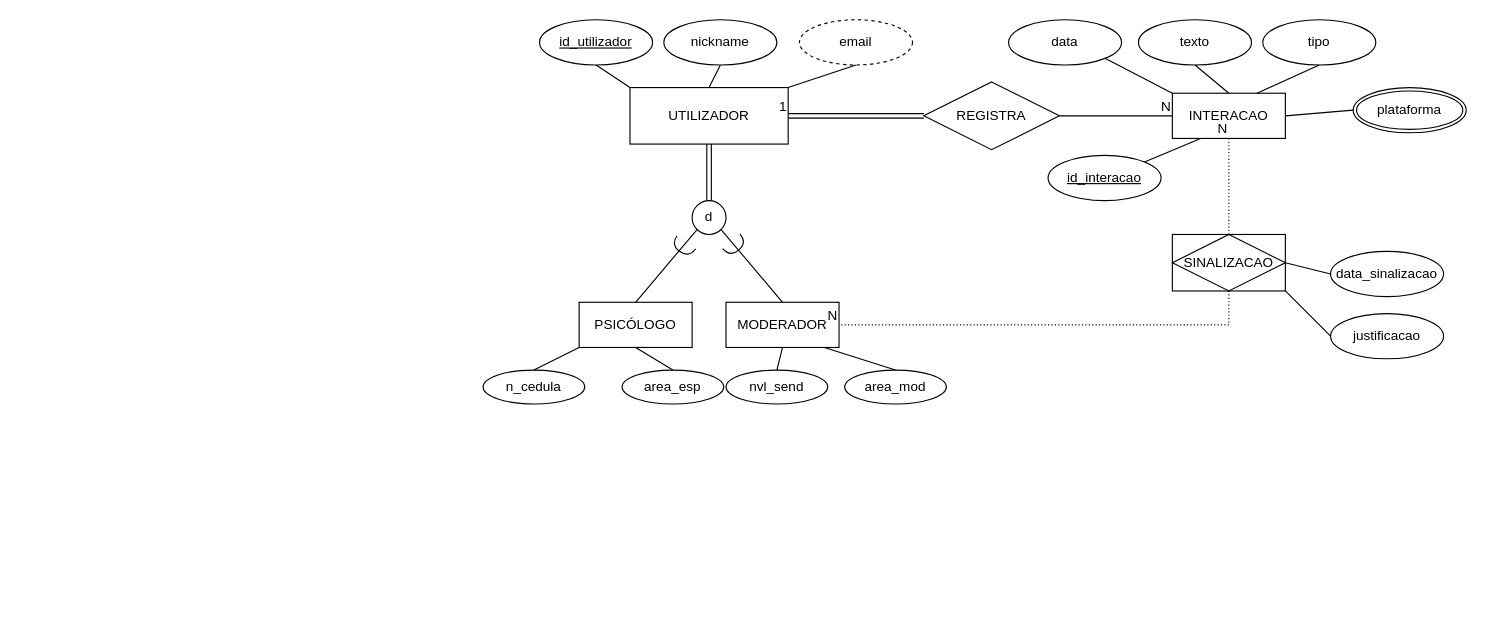
Above: Projeto1.drawio in yorky47/ISI-project1-LEIC33 (draw.io), before the change. Source tidied: cells renumbered, new cells numbered last; positions are measured from the earlier drawing's top-left corner, leaving out a move shared by most shapes. Both pictures are drawn from the tidied source at 113%, with x=0, y=0 at pixel (483, 19).
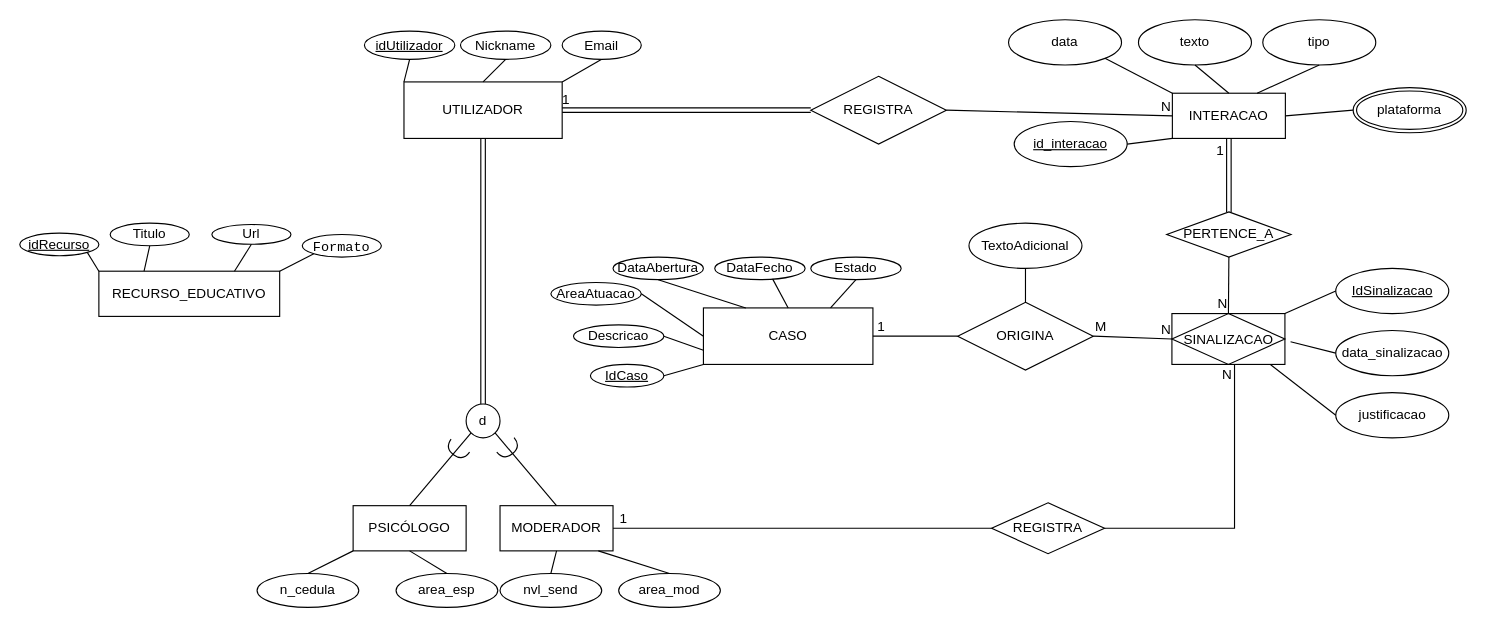
Above is the later version.

Commit message:
Adicionei o CASO e SINALIZAÇÃO

Unchanged cells that the change refers to:
```xml
<mxCell id="26" style="shape=link;html=1;rounded=0;entryX=1;entryY=0.5;entryDx=0;entryDy=0;exitX=0;exitY=0.5;exitDx=0;exitDy=0;" parent="1" edge="1" source="25" target="2">
  <mxGeometry relative="1" as="geometry" />
</mxCell>
<mxCell id="28" value="INTERACAO" style="whiteSpace=wrap;html=1;align=center;" parent="1" vertex="1">
  <mxGeometry x="610" y="65" width="100" height="40" as="geometry" />
</mxCell>
```

Diff of the diagram source:
```diff
@@
     <mxCell id="2" value="UTILIZADOR" style="whiteSpace=wrap;html=1;align=center;" parent="1" vertex="1">
-      <mxGeometry x="130" y="60" width="140" height="50" as="geometry" />
+      <mxGeometry x="-70" y="55" width="140" height="50" as="geometry" />
     </mxCell>
-    <mxCell id="3" value="id_utilizador" style="ellipse;whiteSpace=wrap;html=1;align=center;fontStyle=4;" parent="1" vertex="1">
-      <mxGeometry x="50" width="100" height="40" as="geometry" />
+    <mxCell id="3" value="idUtilizador" style="ellipse;whiteSpace=wrap;html=1;align=center;fontStyle=4;" parent="1" vertex="1">
+      <mxGeometry x="-105" y="10" width="80" height="25" as="geometry" />
     </mxCell>
-    <mxCell id="4" value="nickname" style="ellipse;whiteSpace=wrap;html=1;align=center;" parent="1" vertex="1">
-      <mxGeometry x="160" width="100" height="40" as="geometry" />
+    <mxCell id="4" value="Nickname" style="ellipse;whiteSpace=wrap;html=1;align=center;" parent="1" vertex="1">
+      <mxGeometry x="-20" y="10" width="80" height="25" as="geometry" />
     </mxCell>
-    <mxCell id="5" value="email" style="ellipse;whiteSpace=wrap;html=1;align=center;dashed=1;" parent="1" vertex="1">
-      <mxGeometry x="280" width="100" height="40" as="geometry" />
-    </mxCell>
@@
-    <mxCell id="8" style="endArrow=none;html=1;rounded=0;exitX=1;exitY=0;exitDx=0;exitDy=0;entryX=0.5;entryY=1;entryDx=0;entryDy=0;" parent="1" edge="1" source="2" target="5">
+    <mxCell id="8" style="endArrow=none;html=1;rounded=0;exitX=1;exitY=0;exitDx=0;exitDy=0;entryX=0.5;entryY=1;entryDx=0;entryDy=0;" parent="1" edge="1" source="2" target="92">
       <mxGeometry relative="1" as="geometry" />
     </mxCell>
     <mxCell id="9" value="d" style="ellipse;whiteSpace=wrap;html=1;align=center;" parent="1" vertex="1">
-      <mxGeometry x="185" y="160" width="30" height="30" as="geometry" />
+      <mxGeometry x="-15" y="340" width="30" height="30" as="geometry" />
     </mxCell>
@@
     <mxCell id="11" value="PSICÓLOGO" style="whiteSpace=wrap;html=1;align=center;" parent="1" vertex="1">
-      <mxGeometry x="85" y="250" width="100" height="40" as="geometry" />
+      <mxGeometry x="-115" y="430" width="100" height="40" as="geometry" />
     </mxCell>
     <mxCell id="12" value="MODERADOR" style="whiteSpace=wrap;html=1;align=center;" parent="1" vertex="1">
-      <mxGeometry x="215" y="250" width="100" height="40" as="geometry" />
+      <mxGeometry x="15" y="430" width="100" height="40" as="geometry" />
     </mxCell>
@@
     <mxCell id="15" style="shape=requiredInterface;html=1;verticalLabelPosition=bottom;sketch=0;direction=south;rotation=-40;" parent="1" vertex="1">
-      <mxGeometry x="213" y="195" width="20" height="10" as="geometry" />
+      <mxGeometry x="13" y="375" width="20" height="10" as="geometry" />
     </mxCell>
     <mxCell id="16" style="shape=requiredInterface;html=1;verticalLabelPosition=bottom;sketch=0;direction=south;rotation=35;" parent="1" vertex="1">
-      <mxGeometry x="167" y="196" width="20" height="10" as="geometry" />
+      <mxGeometry x="-33" y="376" width="20" height="10" as="geometry" />
     </mxCell>
     <mxCell id="17" value="n_cedula" style="ellipse;whiteSpace=wrap;html=1;align=center;" parent="1" vertex="1">
-      <mxGeometry y="310" width="90" height="30" as="geometry" />
+      <mxGeometry x="-200" y="490" width="90" height="30" as="geometry" />
     </mxCell>
@@
     <mxCell id="19" value="area_esp" style="ellipse;whiteSpace=wrap;html=1;align=center;" parent="1" vertex="1">
-      <mxGeometry x="123" y="310" width="90" height="30" as="geometry" />
+      <mxGeometry x="-77" y="490" width="90" height="30" as="geometry" />
     </mxCell>
@@
     <mxCell id="21" value="area_mod" style="ellipse;whiteSpace=wrap;html=1;align=center;" parent="1" vertex="1">
-      <mxGeometry x="320" y="310" width="90" height="30" as="geometry" />
+      <mxGeometry x="120" y="490" width="90" height="30" as="geometry" />
     </mxCell>
     <mxCell id="22" style="endArrow=none;html=1;rounded=0;exitX=0.5;exitY=1;exitDx=0;exitDy=0;entryX=0.5;entryY=0;entryDx=0;entryDy=0;" parent="1" edge="1" target="21">
       <mxGeometry relative="1" as="geometry">
-        <mxPoint x="302" y="290" as="sourcePoint" />
+        <mxPoint x="102" y="470" as="sourcePoint" />
       </mxGeometry>
     </mxCell>
     <mxCell id="23" value="nvl_send" style="ellipse;whiteSpace=wrap;html=1;align=center;" parent="1" vertex="1">
-      <mxGeometry x="215" y="310" width="90" height="30" as="geometry" />
+      <mxGeometry x="15" y="490" width="90" height="30" as="geometry" />
     </mxCell>
@@
     <mxCell id="25" value="REGISTRA" style="shape=rhombus;perimeter=rhombusPerimeter;whiteSpace=wrap;html=1;align=center;" parent="1" vertex="1">
-      <mxGeometry x="390" y="55" width="120" height="60" as="geometry" />
+      <mxGeometry x="290" y="50" width="120" height="60" as="geometry" />
     </mxCell>
@@
     <mxCell id="27" value="1" style="html=1;whiteSpace=wrap;align=right;verticalAlign=bottom;" parent="26" vertex="1">
-      <mxGeometry x="1" relative="1" as="geometry" />
+      <mxGeometry x="1" relative="1" as="geometry">
+        <mxPoint x="8" y="-1" as="offset" />
+      </mxGeometry>
     </mxCell>
@@
-    <mxCell id="39" value="SINALIZACAO" style="shape=associativeEntity;whiteSpace=wrap;html=1;align=center;" parent="1" vertex="1">
-      <mxGeometry x="610" y="190" width="100" height="50" as="geometry" />
-    </mxCell>
     <mxCell id="40" value="id_interacao" style="ellipse;whiteSpace=wrap;html=1;align=center;fontStyle=4;" parent="1" vertex="1">
-      <mxGeometry x="500" y="120" width="100" height="40" as="geometry" />
+      <mxGeometry x="470" y="90" width="100" height="40" as="geometry" />
     </mxCell>
-    <mxCell id="41" style="endArrow=none;html=1;rounded=0;entryX=0.25;entryY=1;entryDx=0;entryDy=0;exitX=1;exitY=0;exitDx=0;exitDy=0;" parent="1" edge="1" source="40" target="28">
+    <mxCell id="41" style="endArrow=none;html=1;rounded=0;entryX=0;entryY=1;entryDx=0;entryDy=0;exitX=1;exitY=0.5;exitDx=0;exitDy=0;" parent="1" edge="1" source="40" target="28">
       <mxGeometry relative="1" as="geometry" />
     </mxCell>
     <mxCell id="42" value="data_sinalizacao" style="ellipse;whiteSpace=wrap;html=1;align=center;" parent="1" vertex="1">
-      <mxGeometry x="750" y="205" width="100" height="40" as="geometry" />
+      <mxGeometry x="754.6" y="275" width="100" height="40" as="geometry" />
     </mxCell>
     <mxCell id="43" value="justificacao" style="ellipse;whiteSpace=wrap;html=1;align=center;" parent="1" vertex="1">
-      <mxGeometry x="750" y="260" width="100" height="40" as="geometry" />
+      <mxGeometry x="754.6" y="330" width="100" height="40" as="geometry" />
     </mxCell>
-    <mxCell id="44" style="endArrow=none;html=1;rounded=0;exitX=0;exitY=0.5;exitDx=0;exitDy=0;entryX=1;entryY=1;entryDx=0;entryDy=0;" parent="1" edge="1" source="43" target="39">
+    <mxCell id="44" style="endArrow=none;html=1;rounded=0;exitX=0;exitY=0.5;exitDx=0;exitDy=0;entryX=0.863;entryY=0.988;entryDx=0;entryDy=0;entryPerimeter=0;" parent="1" edge="1" source="43" target="39">
       <mxGeometry relative="1" as="geometry" />
     </mxCell>
-    <mxCell id="45" style="endArrow=none;html=1;rounded=0;exitX=0;exitY=0.5;exitDx=0;exitDy=0;entryX=1;entryY=0.5;entryDx=0;entryDy=0;" parent="1" edge="1" source="42" target="39">
-      <mxGeometry relative="1" as="geometry" />
+    <mxCell id="45" style="endArrow=none;html=1;rounded=0;exitX=0;exitY=0.5;exitDx=0;exitDy=0;entryX=1;entryY=0.5;entryDx=0;entryDy=0;" parent="1" edge="1" source="42">
+      <mxGeometry relative="1" as="geometry">
+        <mxPoint x="714.6" y="285" as="targetPoint" />
+      </mxGeometry>
     </mxCell>
-    <mxCell id="46" style="endArrow=none;html=1;rounded=0;dashed=1;dashPattern=1 2;exitX=0.5;exitY=1;exitDx=0;exitDy=0;entryX=1;entryY=0.5;entryDx=0;entryDy=0;" parent="1" edge="1" source="39" target="12">
-      <mxGeometry relative="1" as="geometry">
-        <Array as="points">
-          <mxPoint x="660" y="270" />
-        </Array>
-      </mxGeometry>
-    </mxCell>
-    <mxCell id="47" value="N" style="html=1;whiteSpace=wrap;align=right;verticalAlign=bottom;" parent="46" vertex="1">
-      <mxGeometry x="1" relative="1" as="geometry" />
-    </mxCell>
-    <mxCell id="48" style="endArrow=none;html=1;rounded=0;dashed=1;dashPattern=1 2;exitX=0.5;exitY=0;exitDx=0;exitDy=0;entryX=0.5;entryY=1;entryDx=0;entryDy=0;" parent="1" edge="1" source="39" target="28">
-      <mxGeometry relative="1" as="geometry" />
-    </mxCell>
-    <mxCell id="49" value="N" style="html=1;whiteSpace=wrap;align=right;verticalAlign=bottom;" parent="48" vertex="1">
-      <mxGeometry x="1" relative="1" as="geometry" />
-    </mxCell>
+    <mxCell id="50" value="CASO" style="whiteSpace=wrap;html=1;align=center;" parent="1" vertex="1">
+      <mxGeometry x="195" y="255" width="150" height="50" as="geometry" />
+    </mxCell>
+    <mxCell id="51" value="IdCaso" style="ellipse;whiteSpace=wrap;html=1;align=center;fontStyle=4;" parent="1" vertex="1">
+      <mxGeometry x="95" y="305" width="65" height="20" as="geometry" />
+    </mxCell>
+    <mxCell id="52" value="Descricao" style="ellipse;whiteSpace=wrap;html=1;align=center;" parent="1" vertex="1">
+      <mxGeometry x="80" y="270" width="80" height="20" as="geometry" />
+    </mxCell>
+    <mxCell id="53" value="AreaAtuacao" style="ellipse;whiteSpace=wrap;html=1;align=center;" parent="1" vertex="1">
+      <mxGeometry x="60" y="232.5" width="80" height="20" as="geometry" />
+    </mxCell>
+    <mxCell id="54" value="DataAbertura" style="ellipse;whiteSpace=wrap;html=1;align=center;" parent="1" vertex="1">
+      <mxGeometry x="115" y="210" width="80" height="20" as="geometry" />
+    </mxCell>
+    <mxCell id="55" value="DataFecho" style="ellipse;whiteSpace=wrap;html=1;align=center;" parent="1" vertex="1">
+      <mxGeometry x="205" y="210" width="80" height="20" as="geometry" />
+    </mxCell>
+    <mxCell id="56" value="Estado" style="ellipse;whiteSpace=wrap;html=1;align=center;" parent="1" vertex="1">
+      <mxGeometry x="290" y="210" width="80" height="20" as="geometry" />
+    </mxCell>
+    <mxCell id="57" style="endArrow=none;html=1;rounded=0;entryX=0.5;entryY=1;entryDx=0;entryDy=0;exitX=0.75;exitY=0;exitDx=0;exitDy=0;" parent="1" edge="1" source="50" target="56">
+      <mxGeometry relative="1" as="geometry" />
+    </mxCell>
+    <mxCell id="58" style="endArrow=none;html=1;rounded=0;entryX=0.64;entryY=0.965;entryDx=0;entryDy=0;exitX=0.5;exitY=0;exitDx=0;exitDy=0;entryPerimeter=0;" parent="1" edge="1" source="50" target="55">
+      <mxGeometry relative="1" as="geometry" />
+    </mxCell>
+    <mxCell id="59" style="endArrow=none;html=1;rounded=0;entryX=0.5;entryY=1;entryDx=0;entryDy=0;exitX=0.25;exitY=0;exitDx=0;exitDy=0;" parent="1" edge="1" source="50" target="54">
+      <mxGeometry relative="1" as="geometry" />
+    </mxCell>
+    <mxCell id="60" style="endArrow=none;html=1;rounded=0;entryX=1;entryY=0.5;entryDx=0;entryDy=0;exitX=0;exitY=0.5;exitDx=0;exitDy=0;" parent="1" edge="1" source="50" target="53">
+      <mxGeometry relative="1" as="geometry" />
+    </mxCell>
+    <mxCell id="61" style="endArrow=none;html=1;rounded=0;entryX=1;entryY=0.5;entryDx=0;entryDy=0;exitX=0;exitY=0.75;exitDx=0;exitDy=0;" parent="1" edge="1" source="50" target="52">
+      <mxGeometry relative="1" as="geometry" />
+    </mxCell>
+    <mxCell id="62" style="endArrow=none;html=1;rounded=0;entryX=1;entryY=0.5;entryDx=0;entryDy=0;exitX=0;exitY=1;exitDx=0;exitDy=0;" parent="1" edge="1" source="50" target="51">
+      <mxGeometry relative="1" as="geometry" />
+    </mxCell>
+    <mxCell id="39" value="SINALIZACAO" style="shape=associativeEntity;whiteSpace=wrap;html=1;align=center;" parent="1" vertex="1">
+      <mxGeometry x="609.6" y="260" width="100" height="45" as="geometry" />
+    </mxCell>
+    <mxCell id="63" value="IdSinalizacao" style="ellipse;whiteSpace=wrap;html=1;align=center;fontStyle=4;" parent="1" vertex="1">
+      <mxGeometry x="754.6" y="220" width="100" height="40" as="geometry" />
+    </mxCell>
+    <mxCell id="64" style="endArrow=none;html=1;rounded=0;exitX=1;exitY=0;exitDx=0;exitDy=0;entryX=0;entryY=0.5;entryDx=0;entryDy=0;" parent="1" edge="1" source="39" target="63">
+      <mxGeometry relative="1" as="geometry" />
+    </mxCell>
+    <mxCell id="65" value="REGISTRA" style="shape=rhombus;perimeter=rhombusPerimeter;whiteSpace=wrap;html=1;align=center;" parent="1" vertex="1">
+      <mxGeometry x="450" y="427.5" width="100" height="45" as="geometry" />
+    </mxCell>
+    <mxCell id="66" style="endArrow=none;html=1;rounded=0;entryX=1;entryY=0.5;entryDx=0;entryDy=0;exitX=0;exitY=0.5;exitDx=0;exitDy=0;" parent="1" edge="1" source="65" target="12">
+      <mxGeometry relative="1" as="geometry" />
+    </mxCell>
+    <mxCell id="67" value="1" style="html=1;whiteSpace=wrap;align=right;verticalAlign=bottom;" parent="66" vertex="1">
+      <mxGeometry x="1" relative="1" as="geometry">
+        <mxPoint x="14" as="offset" />
+      </mxGeometry>
+    </mxCell>
+    <mxCell id="68" style="endArrow=none;html=1;rounded=0;exitX=1;exitY=0.5;exitDx=0;exitDy=0;entryX=0.554;entryY=1;entryDx=0;entryDy=0;entryPerimeter=0;" parent="1" edge="1" source="65" target="39">
+      <mxGeometry relative="1" as="geometry">
+        <Array as="points">
+          <mxPoint x="665" y="450" />
+        </Array>
+      </mxGeometry>
+    </mxCell>
+    <mxCell id="69" value="N" style="html=1;whiteSpace=wrap;align=right;verticalAlign=bottom;" parent="68" vertex="1">
+      <mxGeometry x="1" relative="1" as="geometry">
+        <mxPoint x="-1" y="17" as="offset" />
+      </mxGeometry>
+    </mxCell>
+    <mxCell id="70" value="PERTENCE_A" style="shape=rhombus;perimeter=rhombusPerimeter;whiteSpace=wrap;html=1;align=center;" parent="1" vertex="1">
+      <mxGeometry x="605" y="170" width="110" height="40" as="geometry" />
+    </mxCell>
+    <mxCell id="71" style="shape=link;html=1;rounded=0;entryX=0.5;entryY=1;entryDx=0;entryDy=0;exitX=0.5;exitY=0;exitDx=0;exitDy=0;" parent="1" edge="1" source="70" target="28">
+      <mxGeometry relative="1" as="geometry" />
+    </mxCell>
+    <mxCell id="72" value="1" style="html=1;whiteSpace=wrap;align=right;verticalAlign=bottom;" parent="71" vertex="1">
+      <mxGeometry x="1" relative="1" as="geometry">
+        <mxPoint x="-3" y="19" as="offset" />
+      </mxGeometry>
+    </mxCell>
+    <mxCell id="73" style="endArrow=none;html=1;rounded=0;exitX=0.5;exitY=1;exitDx=0;exitDy=0;entryX=0.5;entryY=0;entryDx=0;entryDy=0;" parent="1" edge="1" source="70" target="39">
+      <mxGeometry relative="1" as="geometry" />
+    </mxCell>
+    <mxCell id="74" value="N" style="html=1;whiteSpace=wrap;align=right;verticalAlign=bottom;" parent="73" vertex="1">
+      <mxGeometry x="1" relative="1" as="geometry" />
+    </mxCell>
+    <mxCell id="75" value="ORIGINA" style="shape=rhombus;perimeter=rhombusPerimeter;whiteSpace=wrap;html=1;align=center;" parent="1" vertex="1">
+      <mxGeometry x="420" y="250" width="120" height="60" as="geometry" />
+    </mxCell>
+    <mxCell id="76" style="endArrow=none;html=1;rounded=0;entryX=1;entryY=0.5;entryDx=0;entryDy=0;exitX=0;exitY=0.5;exitDx=0;exitDy=0;" parent="1" edge="1" source="75" target="50">
+      <mxGeometry relative="1" as="geometry" />
+    </mxCell>
+    <mxCell id="77" value="1" style="html=1;whiteSpace=wrap;align=right;verticalAlign=bottom;" parent="76" vertex="1">
+      <mxGeometry x="1" relative="1" as="geometry">
+        <mxPoint x="12" as="offset" />
+      </mxGeometry>
+    </mxCell>
+    <mxCell id="78" value="Texto&lt;span style=&quot;background-color: transparent; color: light-dark(rgb(0, 0, 0), rgb(255, 255, 255));&quot;&gt;Adicional&lt;/span&gt;" style="ellipse;whiteSpace=wrap;html=1;align=center;" parent="1" vertex="1">
+      <mxGeometry x="430" y="180" width="100" height="40" as="geometry" />
+    </mxCell>
+    <mxCell id="79" style="endArrow=none;html=1;rounded=0;exitX=0.5;exitY=0;exitDx=0;exitDy=0;entryX=0.5;entryY=1;entryDx=0;entryDy=0;" parent="1" edge="1" source="75" target="78">
+      <mxGeometry relative="1" as="geometry" />
+    </mxCell>
+    <mxCell id="80" style="endArrow=none;html=1;rounded=0;exitX=1;exitY=0.5;exitDx=0;exitDy=0;entryX=0;entryY=0.5;entryDx=0;entryDy=0;" parent="1" edge="1" source="75" target="39">
+      <mxGeometry relative="1" as="geometry" />
+    </mxCell>
+    <mxCell id="81" value="M" style="html=1;whiteSpace=wrap;align=left;verticalAlign=bottom;" parent="80" vertex="1">
+      <mxGeometry x="-1" relative="1" as="geometry" />
+    </mxCell>
+    <mxCell id="82" value="N" style="html=1;whiteSpace=wrap;align=right;verticalAlign=bottom;" parent="80" vertex="1">
+      <mxGeometry x="1" relative="1" as="geometry" />
+    </mxCell>
+    <mxCell id="83" value="RECURSO_EDUCATIVO" style="whiteSpace=wrap;html=1;align=center;" parent="1" vertex="1">
+      <mxGeometry x="-340" y="222.5" width="160" height="40" as="geometry" />
+    </mxCell>
+    <mxCell id="84" value="idRecurso" style="ellipse;whiteSpace=wrap;html=1;align=center;fontStyle=4;" parent="1" vertex="1">
+      <mxGeometry x="-410" y="188.8" width="70" height="20" as="geometry" />
+    </mxCell>
+    <mxCell id="85" value="Titulo" style="ellipse;whiteSpace=wrap;html=1;align=center;" parent="1" vertex="1">
+      <mxGeometry x="-330" y="180" width="70" height="20" as="geometry" />
+    </mxCell>
+    <mxCell id="86" value="Url" style="ellipse;whiteSpace=wrap;html=1;align=center;" parent="1" vertex="1">
+      <mxGeometry x="-240" y="181.2" width="70" height="17.5" as="geometry" />
+    </mxCell>
+    <mxCell id="87" value="&lt;code&gt;Formato&lt;/code&gt;&lt;span class=&quot;citation-331 citation-end-331&quot;&gt; &lt;sup class=&quot;superscript&quot;&gt;&lt;/sup&gt;&lt;/span&gt;" style="ellipse;whiteSpace=wrap;html=1;align=center;" parent="1" vertex="1">
+      <mxGeometry x="-160" y="190" width="70" height="20" as="geometry" />
+    </mxCell>
+    <mxCell id="88" style="endArrow=none;html=1;rounded=0;exitX=1;exitY=1;exitDx=0;exitDy=0;entryX=0;entryY=0;entryDx=0;entryDy=0;" parent="1" edge="1" source="84" target="83">
+      <mxGeometry relative="1" as="geometry" />
+    </mxCell>
+    <mxCell id="89" style="endArrow=none;html=1;rounded=0;exitX=0.5;exitY=1;exitDx=0;exitDy=0;entryX=0.25;entryY=0;entryDx=0;entryDy=0;" parent="1" edge="1" source="85" target="83">
+      <mxGeometry relative="1" as="geometry" />
+    </mxCell>
+    <mxCell id="90" style="endArrow=none;html=1;rounded=0;exitX=0.5;exitY=1;exitDx=0;exitDy=0;entryX=0.75;entryY=0;entryDx=0;entryDy=0;" parent="1" edge="1" source="86" target="83">
+      <mxGeometry relative="1" as="geometry" />
+    </mxCell>
+    <mxCell id="91" style="endArrow=none;html=1;rounded=0;exitX=0;exitY=1;exitDx=0;exitDy=0;entryX=1;entryY=0;entryDx=0;entryDy=0;" parent="1" edge="1" source="87" target="83">
+      <mxGeometry relative="1" as="geometry" />
+    </mxCell>
+    <mxCell id="92" value="Email" style="ellipse;whiteSpace=wrap;html=1;align=center;" parent="1" vertex="1">
+      <mxGeometry x="70" y="10" width="70" height="25" as="geometry" />
+    </mxCell>
```
